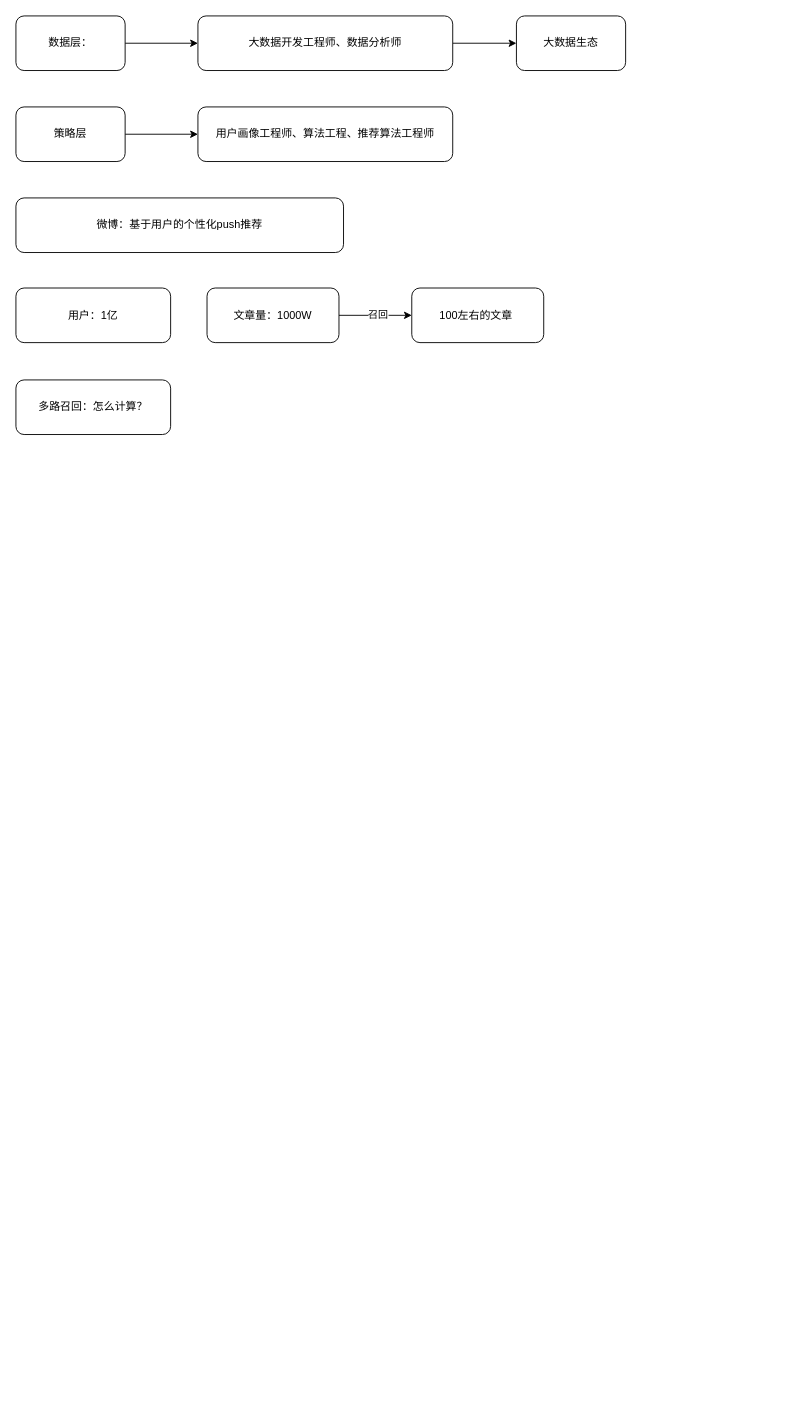
The draw.io diagram Untitled Diagram.drawio in a279656493/firstPrj_test, before the edit. Source tidied: cells renumbered, new cells numbered last; positions are measured from the earlier drawing's top-left corner, leaving out a move shared by most shapes. Both pictures are drawn from the tidied source at 91%, with x=0, y=0 at pixel (15, 15).
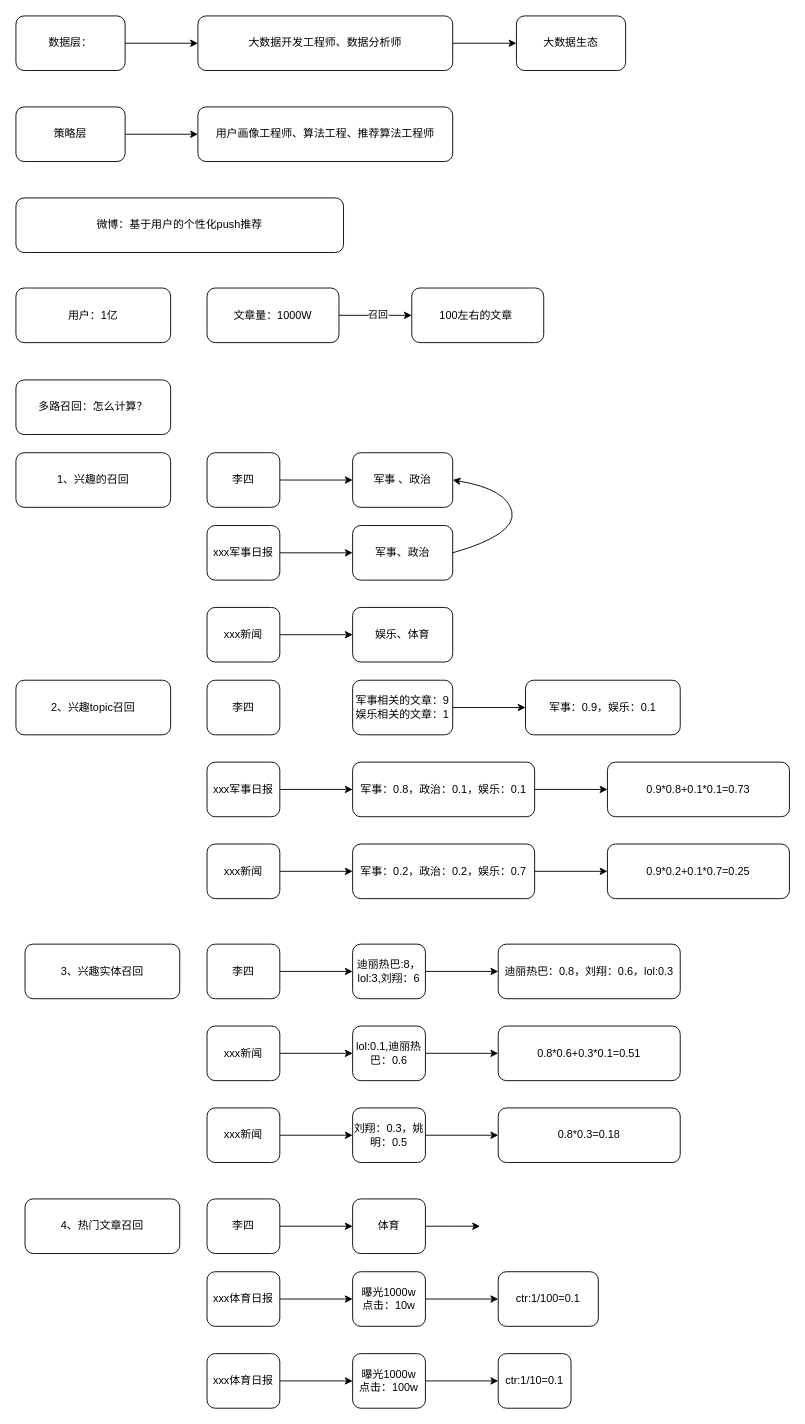
After the change.

Change to the diagram source:
```diff
@@
+    <mxCell id="17" value="1、兴趣的召回" style="rounded=1;whiteSpace=wrap;html=1;" parent="1" vertex="1">
+      <mxGeometry y="480" width="170" height="60" as="geometry" />
+    </mxCell>
+    <mxCell id="18" style="edgeStyle=orthogonalEdgeStyle;rounded=0;jettySize=auto;html=1;" parent="1" edge="1" source="19" target="20">
+      <mxGeometry relative="1" as="geometry" />
+    </mxCell>
+    <mxCell id="19" value="李四" style="rounded=1;whiteSpace=wrap;html=1;" parent="1" vertex="1">
+      <mxGeometry x="210" y="480" width="80" height="60" as="geometry" />
+    </mxCell>
+    <mxCell id="20" value="军事 、政治" style="rounded=1;whiteSpace=wrap;html=1;" parent="1" vertex="1">
+      <mxGeometry x="370" y="480" width="110" height="60" as="geometry" />
+    </mxCell>
+    <mxCell id="21" style="edgeStyle=orthogonalEdgeStyle;rounded=0;jettySize=auto;html=1;" parent="1" edge="1" source="22" target="23">
+      <mxGeometry relative="1" as="geometry" />
+    </mxCell>
+    <mxCell id="22" value="xxx军事日报" style="rounded=1;whiteSpace=wrap;html=1;" parent="1" vertex="1">
+      <mxGeometry x="210" y="560" width="80" height="60" as="geometry" />
+    </mxCell>
+    <mxCell id="23" value="军事、政治" style="rounded=1;whiteSpace=wrap;html=1;" parent="1" vertex="1">
+      <mxGeometry x="370" y="560" width="110" height="60" as="geometry" />
+    </mxCell>
+    <mxCell id="24" style="edgeStyle=orthogonalEdgeStyle;rounded=0;jettySize=auto;html=1;" parent="1" edge="1" source="25" target="26">
+      <mxGeometry relative="1" as="geometry" />
+    </mxCell>
+    <mxCell id="25" value="xxx新闻" style="rounded=1;whiteSpace=wrap;html=1;" parent="1" vertex="1">
+      <mxGeometry x="210" y="650" width="80" height="60" as="geometry" />
+    </mxCell>
+    <mxCell id="26" value="娱乐、体育" style="rounded=1;whiteSpace=wrap;html=1;" parent="1" vertex="1">
+      <mxGeometry x="370" y="650" width="110" height="60" as="geometry" />
+    </mxCell>
+    <mxCell id="27" style="curved=1;endArrow=classic;html=1;entryX=1;entryY=0.5;entryDx=0;entryDy=0;" parent="1" edge="1" target="20">
+      <mxGeometry relative="1" as="geometry">
+        <mxPoint x="480" y="590" as="sourcePoint" />
+        <Array as="points">
+          <mxPoint x="550" y="570" />
+          <mxPoint x="540" y="520" />
+        </Array>
+      </mxGeometry>
+    </mxCell>
+    <mxCell id="28" value="2、兴趣topic召回" style="rounded=1;whiteSpace=wrap;html=1;" parent="1" vertex="1">
+      <mxGeometry y="730" width="170" height="60" as="geometry" />
+    </mxCell>
+    <mxCell id="29" value="李四" style="rounded=1;whiteSpace=wrap;html=1;" parent="1" vertex="1">
+      <mxGeometry x="210" y="730" width="80" height="60" as="geometry" />
+    </mxCell>
+    <mxCell id="30" style="edgeStyle=orthogonalEdgeStyle;rounded=0;jettySize=auto;html=1;" parent="1" edge="1" source="31" target="32">
+      <mxGeometry relative="1" as="geometry" />
+    </mxCell>
+    <mxCell id="31" value="军事相关的文章：9&lt;br&gt;娱乐相关的文章：1" style="rounded=1;whiteSpace=wrap;html=1;" parent="1" vertex="1">
+      <mxGeometry x="370" y="730" width="110" height="60" as="geometry" />
+    </mxCell>
+    <mxCell id="32" value="军事：0.9，娱乐：0.1" style="rounded=1;whiteSpace=wrap;html=1;" parent="1" vertex="1">
+      <mxGeometry x="560" y="730" width="170" height="60" as="geometry" />
+    </mxCell>
+    <mxCell id="33" style="edgeStyle=orthogonalEdgeStyle;rounded=0;jettySize=auto;html=1;" parent="1" edge="1" source="34" target="36">
+      <mxGeometry relative="1" as="geometry" />
+    </mxCell>
+    <mxCell id="34" value="xxx军事日报" style="rounded=1;whiteSpace=wrap;html=1;" parent="1" vertex="1">
+      <mxGeometry x="210" y="820" width="80" height="60" as="geometry" />
+    </mxCell>
+    <mxCell id="35" style="edgeStyle=orthogonalEdgeStyle;rounded=0;jettySize=auto;html=1;" parent="1" edge="1" source="36" target="41">
+      <mxGeometry relative="1" as="geometry" />
+    </mxCell>
+    <mxCell id="36" value="军事：0.8，政治：0.1，娱乐：0.1" style="rounded=1;whiteSpace=wrap;html=1;" parent="1" vertex="1">
+      <mxGeometry x="370" y="820" width="200" height="60" as="geometry" />
+    </mxCell>
+    <mxCell id="37" style="edgeStyle=orthogonalEdgeStyle;rounded=0;jettySize=auto;html=1;" parent="1" edge="1" source="38" target="40">
+      <mxGeometry relative="1" as="geometry" />
+    </mxCell>
+    <mxCell id="38" value="xxx新闻" style="rounded=1;whiteSpace=wrap;html=1;" parent="1" vertex="1">
+      <mxGeometry x="210" y="910" width="80" height="60" as="geometry" />
+    </mxCell>
+    <mxCell id="39" style="edgeStyle=orthogonalEdgeStyle;rounded=0;jettySize=auto;html=1;" parent="1" edge="1" source="40" target="42">
+      <mxGeometry relative="1" as="geometry" />
+    </mxCell>
+    <mxCell id="40" value="军事：0.2，政治：0.2，娱乐：0.7" style="rounded=1;whiteSpace=wrap;html=1;" parent="1" vertex="1">
+      <mxGeometry x="370" y="910" width="200" height="60" as="geometry" />
+    </mxCell>
+    <mxCell id="41" value="0.9*0.8+0.1*0.1=0.73" style="rounded=1;whiteSpace=wrap;html=1;" parent="1" vertex="1">
+      <mxGeometry x="650" y="820" width="200" height="60" as="geometry" />
+    </mxCell>
+    <mxCell id="42" value="0.9*0.2+0.1*0.7=0.25" style="rounded=1;whiteSpace=wrap;html=1;" parent="1" vertex="1">
+      <mxGeometry x="650" y="910" width="200" height="60" as="geometry" />
+    </mxCell>
+    <mxCell id="43" value="3、兴趣实体召回" style="rounded=1;whiteSpace=wrap;html=1;" parent="1" vertex="1">
+      <mxGeometry x="10" y="1020" width="170" height="60" as="geometry" />
+    </mxCell>
+    <mxCell id="44" style="edgeStyle=orthogonalEdgeStyle;rounded=0;jettySize=auto;html=1;" parent="1" edge="1" source="45" target="51">
+      <mxGeometry relative="1" as="geometry" />
+    </mxCell>
+    <mxCell id="45" value="李四" style="rounded=1;whiteSpace=wrap;html=1;" parent="1" vertex="1">
+      <mxGeometry x="210" y="1020" width="80" height="60" as="geometry" />
+    </mxCell>
+    <mxCell id="46" style="edgeStyle=orthogonalEdgeStyle;rounded=0;jettySize=auto;html=1;" parent="1" edge="1" source="47" target="53">
+      <mxGeometry relative="1" as="geometry" />
+    </mxCell>
+    <mxCell id="47" value="xxx新闻" style="rounded=1;whiteSpace=wrap;html=1;" parent="1" vertex="1">
+      <mxGeometry x="210" y="1110" width="80" height="60" as="geometry" />
+    </mxCell>
+    <mxCell id="48" style="edgeStyle=orthogonalEdgeStyle;rounded=0;jettySize=auto;html=1;" parent="1" edge="1" source="49" target="55">
+      <mxGeometry relative="1" as="geometry" />
+    </mxCell>
+    <mxCell id="49" value="xxx新闻" style="rounded=1;whiteSpace=wrap;html=1;" parent="1" vertex="1">
+      <mxGeometry x="210" y="1200" width="80" height="60" as="geometry" />
+    </mxCell>
+    <mxCell id="50" style="edgeStyle=orthogonalEdgeStyle;rounded=0;jettySize=auto;html=1;" parent="1" edge="1" source="51" target="56">
+      <mxGeometry relative="1" as="geometry" />
+    </mxCell>
+    <mxCell id="51" value="迪丽热巴:8，lol:3,刘翔：6" style="rounded=1;whiteSpace=wrap;html=1;" parent="1" vertex="1">
+      <mxGeometry x="370" y="1020" width="80" height="60" as="geometry" />
+    </mxCell>
+    <mxCell id="52" style="edgeStyle=orthogonalEdgeStyle;rounded=0;jettySize=auto;html=1;" parent="1" edge="1" source="53" target="57">
+      <mxGeometry relative="1" as="geometry" />
+    </mxCell>
+    <mxCell id="53" value="lol:0.1,迪丽热巴：0.6" style="rounded=1;whiteSpace=wrap;html=1;" parent="1" vertex="1">
+      <mxGeometry x="370" y="1110" width="80" height="60" as="geometry" />
+    </mxCell>
+    <mxCell id="54" style="edgeStyle=orthogonalEdgeStyle;rounded=0;jettySize=auto;html=1;" parent="1" edge="1" source="55" target="58">
+      <mxGeometry relative="1" as="geometry" />
+    </mxCell>
+    <mxCell id="55" value="刘翔：0.3，姚明：0.5" style="rounded=1;whiteSpace=wrap;html=1;" parent="1" vertex="1">
+      <mxGeometry x="370" y="1200" width="80" height="60" as="geometry" />
+    </mxCell>
+    <mxCell id="56" value="迪丽热巴：0.8，刘翔：0.6，lol:0.3" style="rounded=1;whiteSpace=wrap;html=1;" parent="1" vertex="1">
+      <mxGeometry x="530" y="1020" width="200" height="60" as="geometry" />
+    </mxCell>
+    <mxCell id="57" value="0.8*0.6+0.3*0.1=0.51" style="rounded=1;whiteSpace=wrap;html=1;" parent="1" vertex="1">
+      <mxGeometry x="530" y="1110" width="200" height="60" as="geometry" />
+    </mxCell>
+    <mxCell id="58" value="0.8*0.3=0.18" style="rounded=1;whiteSpace=wrap;html=1;" parent="1" vertex="1">
+      <mxGeometry x="530" y="1200" width="200" height="60" as="geometry" />
+    </mxCell>
+    <mxCell id="59" value="4、热门文章召回" style="rounded=1;whiteSpace=wrap;html=1;" parent="1" vertex="1">
+      <mxGeometry x="10" y="1300" width="170" height="60" as="geometry" />
+    </mxCell>
+    <mxCell id="60" style="edgeStyle=orthogonalEdgeStyle;rounded=0;jettySize=auto;html=1;" parent="1" edge="1" source="61" target="63">
+      <mxGeometry relative="1" as="geometry" />
+    </mxCell>
+    <mxCell id="61" value="李四" style="rounded=1;whiteSpace=wrap;html=1;" parent="1" vertex="1">
+      <mxGeometry x="210" y="1300" width="80" height="60" as="geometry" />
+    </mxCell>
+    <mxCell id="62" style="edgeStyle=orthogonalEdgeStyle;rounded=0;jettySize=auto;html=1;" parent="1" edge="1" source="63">
+      <mxGeometry relative="1" as="geometry">
+        <mxPoint x="510" y="1330" as="targetPoint" />
+      </mxGeometry>
+    </mxCell>
+    <mxCell id="63" value="体育" style="rounded=1;whiteSpace=wrap;html=1;" parent="1" vertex="1">
+      <mxGeometry x="370" y="1300" width="80" height="60" as="geometry" />
+    </mxCell>
+    <mxCell id="64" style="edgeStyle=orthogonalEdgeStyle;rounded=0;jettySize=auto;html=1;" parent="1" edge="1" source="65" target="67">
+      <mxGeometry relative="1" as="geometry" />
+    </mxCell>
+    <mxCell id="65" value="xxx体育日报" style="rounded=1;whiteSpace=wrap;html=1;" parent="1" vertex="1">
+      <mxGeometry x="210" y="1380" width="80" height="60" as="geometry" />
+    </mxCell>
+    <mxCell id="66" style="edgeStyle=orthogonalEdgeStyle;rounded=0;jettySize=auto;html=1;" parent="1" edge="1" source="67" target="68">
+      <mxGeometry relative="1" as="geometry" />
+    </mxCell>
+    <mxCell id="67" value="曝光1000w&lt;br&gt;点击：10w" style="rounded=1;whiteSpace=wrap;html=1;" parent="1" vertex="1">
+      <mxGeometry x="370" y="1380" width="80" height="60" as="geometry" />
+    </mxCell>
+    <mxCell id="68" value="ctr:1/100=0.1" style="rounded=1;whiteSpace=wrap;html=1;" parent="1" vertex="1">
+      <mxGeometry x="530" y="1380" width="110" height="60" as="geometry" />
+    </mxCell>
+    <mxCell id="69" style="edgeStyle=orthogonalEdgeStyle;rounded=0;jettySize=auto;html=1;" parent="1" edge="1" source="70" target="72">
+      <mxGeometry relative="1" as="geometry" />
+    </mxCell>
+    <mxCell id="70" value="xxx体育日报" style="rounded=1;whiteSpace=wrap;html=1;" parent="1" vertex="1">
+      <mxGeometry x="210" y="1470" width="80" height="60" as="geometry" />
+    </mxCell>
+    <mxCell id="71" style="edgeStyle=orthogonalEdgeStyle;rounded=0;jettySize=auto;html=1;" parent="1" edge="1" source="72" target="73">
+      <mxGeometry relative="1" as="geometry" />
+    </mxCell>
+    <mxCell id="72" value="曝光1000w&lt;br&gt;点击：100w" style="rounded=1;whiteSpace=wrap;html=1;" parent="1" vertex="1">
+      <mxGeometry x="370" y="1470" width="80" height="60" as="geometry" />
+    </mxCell>
+    <mxCell id="73" value="ctr:1/10=0.1" style="rounded=1;whiteSpace=wrap;html=1;" parent="1" vertex="1">
+      <mxGeometry x="530" y="1470" width="80" height="60" as="geometry" />
+    </mxCell>
```
